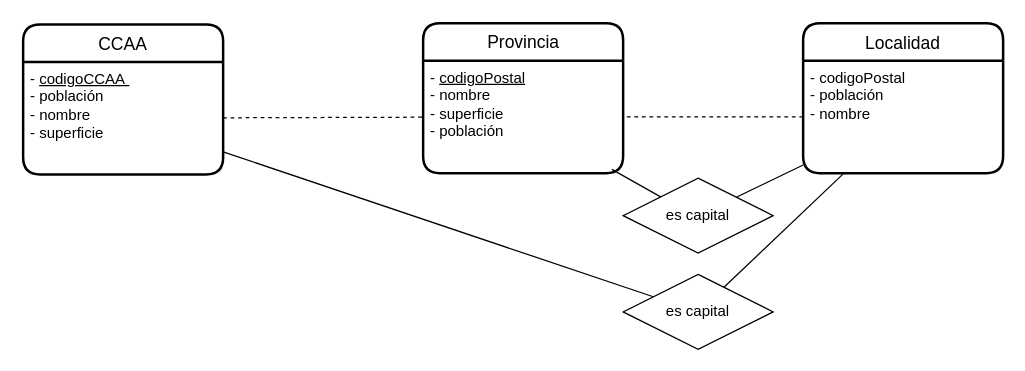
This is ex3.drawio from JuanMarinG/TA12_MYSQL, a draw.io file, before an edit. Source tidied: cells renumbered, new cells numbered last; positions are measured from the earlier drawing's top-left corner, leaving out a move shared by most shapes. Both pictures are drawn from the tidied source at 125%, with x=0, y=0 at pixel (22, 22).
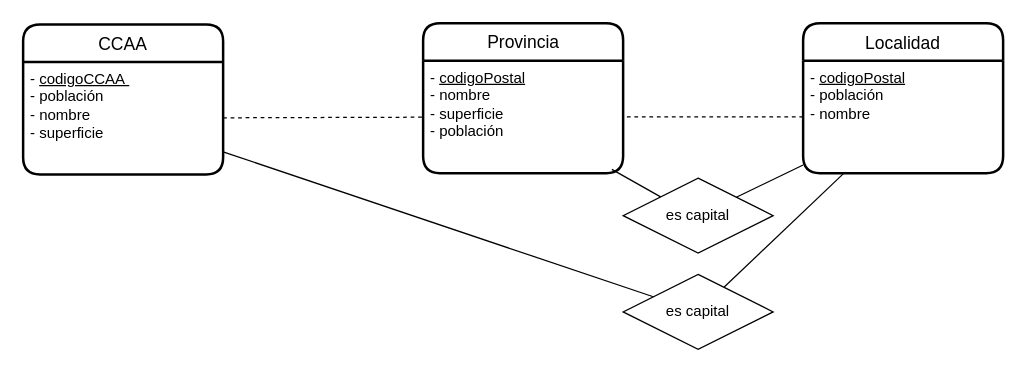
After the change.

The edit, as a diff of the source:
```diff
@@
 <mxGraphModel>
   <root>
     <mxCell id="0" />
     <mxCell id="1" parent="0" />
     <mxCell id="2" value="Localidad" style="swimlane;horizontal=1;startSize=30;rounded=1;fontSize=14;fontStyle=0;strokeWidth=2;shadow=0;dashed=0;align=center;" parent="1" vertex="1">
       <mxGeometry x="624" width="160" height="120" as="geometry" />
     </mxCell>
-    <mxCell id="3" value="- codigoPostal&#10;- población&#10;- nombre" style="align=left;strokeColor=none;fillColor=none;spacingLeft=4;fontSize=12;verticalAlign=top;html=1;" parent="2" vertex="1">
+    <mxCell id="3" value="- &lt;u&gt;codigoPostal&lt;/u&gt;&lt;br&gt;- población&lt;br&gt;- nombre" style="align=left;strokeColor=none;fillColor=none;spacingLeft=4;fontSize=12;verticalAlign=top;html=1;" parent="2" vertex="1">
       <mxGeometry y="30" width="160" height="90" as="geometry" />
     </mxCell>
     <mxCell id="4" value="Provincia" style="swimlane;horizontal=1;startSize=30;rounded=1;fontSize=14;fontStyle=0;strokeWidth=2;shadow=0;dashed=0;align=center;html=1;" parent="1" vertex="1">
       <mxGeometry x="320" width="160" height="120" as="geometry" />
     </mxCell>
     <mxCell id="5" value="- &lt;u&gt;codigoPostal&lt;/u&gt;&lt;br&gt;- nombre&lt;br&gt;- superficie&lt;br&gt;- población" style="align=left;strokeColor=none;fillColor=none;spacingLeft=4;fontSize=12;verticalAlign=top;html=1;" parent="4" vertex="1">
       <mxGeometry y="30" width="160" height="90" as="geometry" />
     </mxCell>
     <mxCell id="6" value="CCAA" style="swimlane;horizontal=1;startSize=30;rounded=1;fontSize=14;fontStyle=0;strokeWidth=2;shadow=0;dashed=0;align=center;" parent="1" vertex="1">
       <mxGeometry y="1" width="160" height="120" as="geometry" />
     </mxCell>
     <mxCell id="7" value="- &lt;u&gt;codigoCCAA&amp;nbsp;&lt;/u&gt;&lt;br&gt;- población&lt;br&gt;- nombre&lt;br&gt;- superficie" style="align=left;strokeColor=none;fillColor=none;spacingLeft=4;fontSize=12;verticalAlign=top;fontStyle=0;html=1;" parent="6" vertex="1">
       <mxGeometry y="30" width="160" height="90" as="geometry" />
     </mxCell>
     <mxCell id="8" style="endArrow=none;html=1;rounded=0;dashed=1;" parent="1" edge="1" source="7" target="5">
       <mxGeometry relative="1" as="geometry" />
     </mxCell>
     <mxCell id="9" style="endArrow=none;html=1;rounded=0;dashed=1;" parent="1" edge="1" source="3" target="5">
       <mxGeometry relative="1" as="geometry" />
     </mxCell>
     <mxCell id="10" value="es capital" style="shape=rhombus;perimeter=rhombusPerimeter;whiteSpace=wrap;html=1;align=center;" parent="1" vertex="1">
       <mxGeometry x="480" y="201" width="120" height="60" as="geometry" />
     </mxCell>
     <mxCell id="11" value="es capital" style="shape=rhombus;perimeter=rhombusPerimeter;whiteSpace=wrap;html=1;align=center;" parent="1" vertex="1">
       <mxGeometry x="480" y="124" width="120" height="60" as="geometry" />
     </mxCell>
     <mxCell id="12" style="endArrow=none;html=1;rounded=0;" parent="1" edge="1" source="7" target="10">
       <mxGeometry relative="1" as="geometry" />
     </mxCell>
     <mxCell id="13" style="endArrow=none;html=1;rounded=0;entryX=0;entryY=0;entryDx=0;entryDy=0;" parent="1" edge="1" target="11">
       <mxGeometry relative="1" as="geometry">
         <mxPoint x="471" y="117" as="sourcePoint" />
       </mxGeometry>
     </mxCell>
     <mxCell id="14" style="endArrow=none;html=1;rounded=0;" parent="1" edge="1" source="11" target="3">
       <mxGeometry relative="1" as="geometry" />
     </mxCell>
     <mxCell id="15" style="endArrow=none;html=1;rounded=0;" parent="1" edge="1" source="10" target="3">
       <mxGeometry relative="1" as="geometry" />
     </mxCell>
   </root>
 </mxGraphModel>
```
